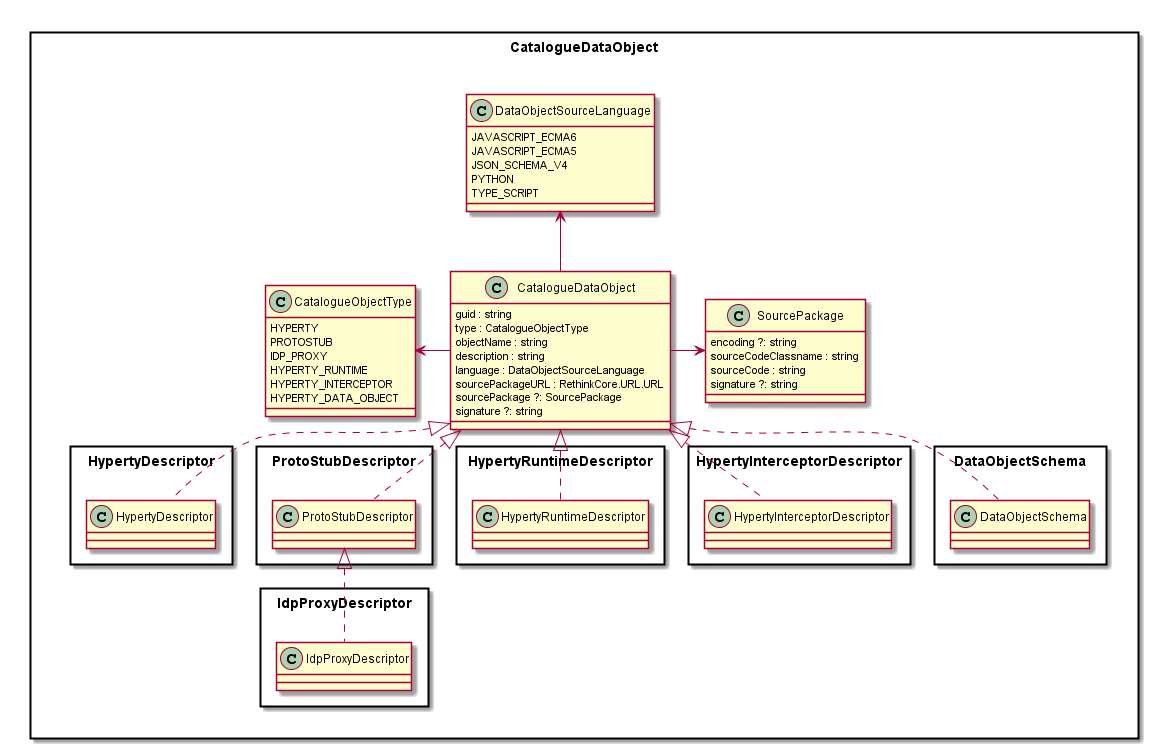
Earlier version of the PlantUML export docs/datamodel/Catalogue-Data-Object.png (reTHINK-project/dev-service-framework).
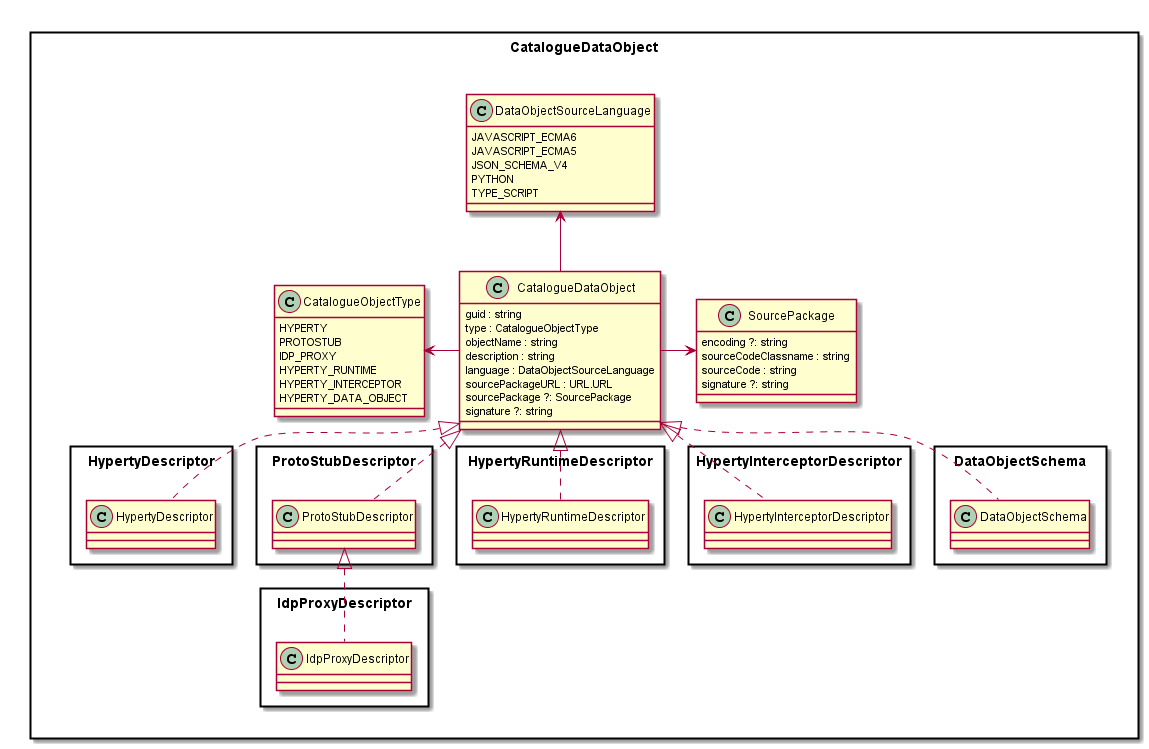
The same diagram one commit later.

Change to the diagram source:
```diff
@@ -8,7 +8,7 @@
 		objectName : string
 		description : string
 		language : DataObjectSourceLanguage
-		sourcePackageURL : RethinkCore.URL.URL
+		sourcePackageURL : URL.URL
 		sourcePackage ?: SourcePackage
 		signature ?: string
 	}
```
